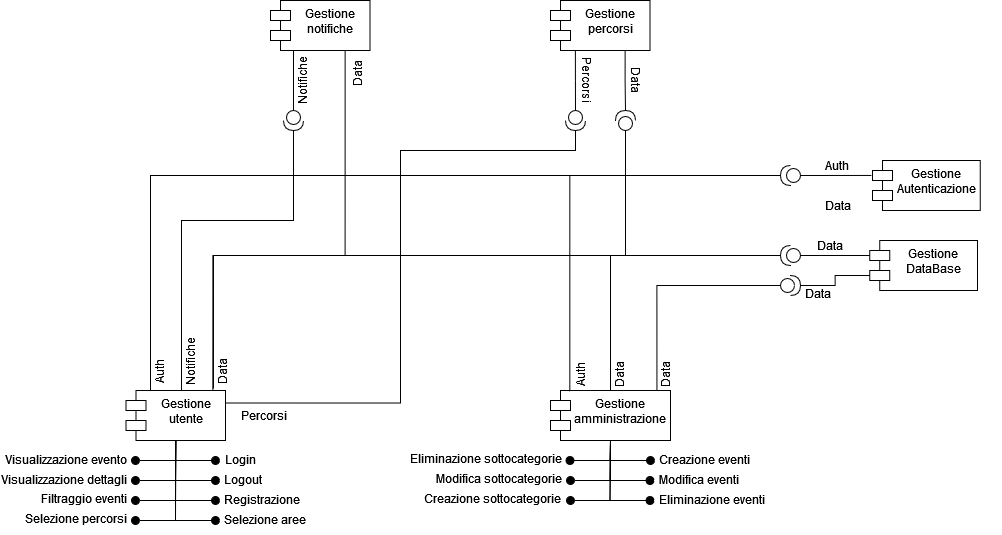
ELI20ZIVI/BeeLive keeps this draw.io diagram as Deliverable-2/Images/ComponentDiagram.png. Above is the earlier version. Source tidied: cells renumbered, new cells last; positions are measured from the earlier drawing's top-left corner, leaving out a move shared by most shapes.
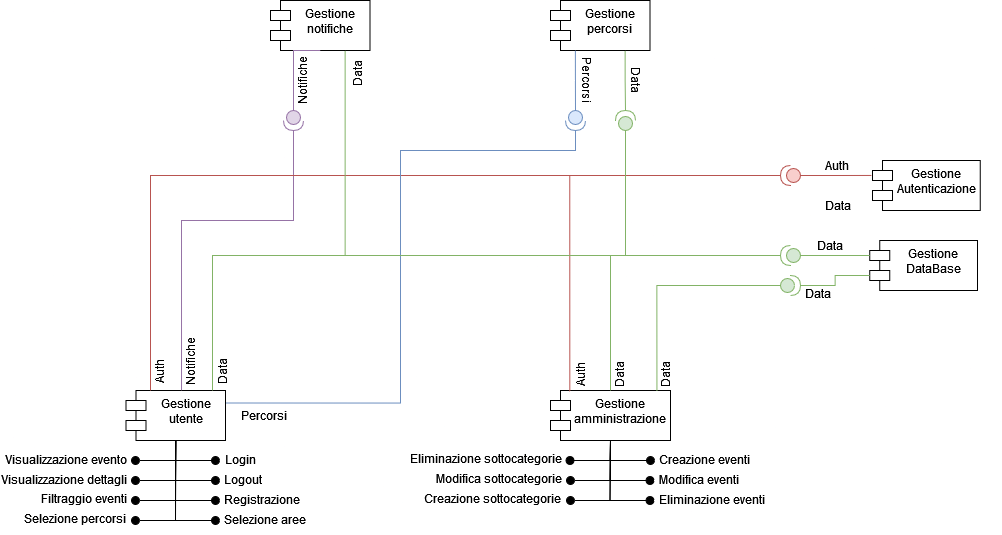
After the change.

The edit, as a diff of the source:
```diff
@@ -45,7 +45,7 @@
     <mxCell id="10" style="ellipse;whiteSpace=wrap;html=1;align=center;fillColor=none;strokeColor=none;perimeter=centerPerimeter;" parent="1" vertex="1">
       <mxGeometry x="991.8" y="180" width="10" height="10" as="geometry" />
     </mxCell>
-    <mxCell id="11" style="shape=providedRequiredInterface;html=1;verticalLabelPosition=bottom;sketch=0;rotation=-180;" parent="1" vertex="1">
+    <mxCell id="11" style="shape=providedRequiredInterface;html=1;verticalLabelPosition=bottom;sketch=0;rotation=-180;fillColor=#f8cecc;strokeColor=#b85450;" parent="1" vertex="1">
       <mxGeometry x="780" y="165" width="20" height="20" as="geometry" />
     </mxCell>
     <mxCell id="12" value="Auth" style="text;html=1;align=center;verticalAlign=middle;whiteSpace=wrap;rounded=0;rotation=-90;" parent="1" vertex="1">
@@ -205,17 +205,17 @@
     <mxCell id="44" value="Auth" style="text;html=1;align=center;verticalAlign=middle;whiteSpace=wrap;rounded=0;rotation=0;" parent="1" vertex="1">
       <mxGeometry x="807" y="150" width="60" height="30" as="geometry" />
     </mxCell>
-    <mxCell id="45" style="shape=providedRequiredInterface;html=1;verticalLabelPosition=bottom;sketch=0;rotation=90;" parent="1" vertex="1">
+    <mxCell id="45" style="shape=providedRequiredInterface;html=1;verticalLabelPosition=bottom;sketch=0;rotation=90;fillColor=#e1d5e7;strokeColor=#9673a6;" parent="1" vertex="1">
       <mxGeometry x="283" y="110" width="20" height="20" as="geometry" />
     </mxCell>
-    <mxCell id="46" style="edgeStyle=orthogonalEdgeStyle;rounded=0;jettySize=auto;html=1;exitX=0.5;exitY=1;exitDx=0;exitDy=0;entryX=0;entryY=0.5;entryDx=0;entryDy=0;entryPerimeter=0;endArrow=none;endFill=0;" parent="1" edge="1" source="28" target="45">
+    <mxCell id="46" style="edgeStyle=orthogonalEdgeStyle;rounded=0;jettySize=auto;html=1;exitX=0.5;exitY=1;exitDx=0;exitDy=0;entryX=0;entryY=0.5;entryDx=0;entryDy=0;entryPerimeter=0;endArrow=none;endFill=0;fillColor=#e1d5e7;strokeColor=#9673a6;" parent="1" edge="1" source="28" target="45">
       <mxGeometry relative="1" as="geometry">
         <Array as="points">
           <mxPoint x="293" y="50" />
         </Array>
       </mxGeometry>
     </mxCell>
-    <mxCell id="47" style="edgeStyle=orthogonalEdgeStyle;rounded=0;jettySize=auto;html=1;exitX=1;exitY=0.5;exitDx=0;exitDy=0;exitPerimeter=0;entryX=0.558;entryY=-0.003;entryDx=0;entryDy=0;entryPerimeter=0;endArrow=none;endFill=0;" parent="1" edge="1" source="45" target="2">
+    <mxCell id="47" style="edgeStyle=orthogonalEdgeStyle;rounded=0;jettySize=auto;html=1;exitX=1;exitY=0.5;exitDx=0;exitDy=0;exitPerimeter=0;entryX=0.558;entryY=-0.003;entryDx=0;entryDy=0;entryPerimeter=0;endArrow=none;endFill=0;fillColor=#e1d5e7;strokeColor=#9673a6;" parent="1" edge="1" source="45" target="2">
       <mxGeometry relative="1" as="geometry">
         <Array as="points">
           <mxPoint x="293" y="220" />
@@ -238,43 +238,40 @@
     <mxCell id="52" value="&lt;div&gt;Data&lt;/div&gt;" style="text;html=1;align=center;verticalAlign=middle;whiteSpace=wrap;rounded=0;" parent="1" vertex="1">
       <mxGeometry x="800" y="230" width="60" height="30" as="geometry" />
     </mxCell>
-    <mxCell id="53" style="edgeStyle=orthogonalEdgeStyle;rounded=0;jettySize=auto;html=1;exitX=1;exitY=0.5;exitDx=0;exitDy=0;exitPerimeter=0;entryX=0.5;entryY=0;entryDx=0;entryDy=0;endArrow=none;endFill=0;" parent="1" edge="1" source="54" target="25">
+    <mxCell id="53" style="edgeStyle=orthogonalEdgeStyle;rounded=0;jettySize=auto;html=1;exitX=1;exitY=0.5;exitDx=0;exitDy=0;exitPerimeter=0;entryX=0.5;entryY=0;entryDx=0;entryDy=0;endArrow=none;endFill=0;fillColor=#d5e8d4;strokeColor=#82b366;" parent="1" edge="1" source="54" target="25">
       <mxGeometry relative="1" as="geometry" />
     </mxCell>
-    <mxCell id="54" style="shape=providedRequiredInterface;html=1;verticalLabelPosition=bottom;sketch=0;rotation=-180;" parent="1" vertex="1">
+    <mxCell id="54" style="shape=providedRequiredInterface;html=1;verticalLabelPosition=bottom;sketch=0;rotation=-180;fillColor=#d5e8d4;strokeColor=#82b366;" parent="1" vertex="1">
       <mxGeometry x="780" y="245" width="20" height="20" as="geometry" />
     </mxCell>
-    <mxCell id="55" style="edgeStyle=orthogonalEdgeStyle;rounded=0;jettySize=auto;html=1;exitX=0;exitY=0.5;exitDx=0;exitDy=0;exitPerimeter=0;entryX=0;entryY=0;entryDx=0;entryDy=15;entryPerimeter=0;endArrow=none;endFill=0;" parent="1" edge="1" source="54" target="13">
+    <mxCell id="55" style="edgeStyle=orthogonalEdgeStyle;rounded=0;jettySize=auto;html=1;exitX=0;exitY=0.5;exitDx=0;exitDy=0;exitPerimeter=0;entryX=0;entryY=0;entryDx=0;entryDy=15;entryPerimeter=0;endArrow=none;endFill=0;fillColor=#d5e8d4;strokeColor=#82b366;" parent="1" edge="1" source="54" target="13">
       <mxGeometry relative="1" as="geometry" />
     </mxCell>
-    <mxCell id="56" style="edgeStyle=orthogonalEdgeStyle;rounded=0;jettySize=auto;html=1;exitX=0;exitY=0.5;exitDx=0;exitDy=0;exitPerimeter=0;entryX=-0.01;entryY=0.299;entryDx=0;entryDy=0;entryPerimeter=0;endArrow=none;endFill=0;" parent="1" edge="1" source="11" target="9">
+    <mxCell id="56" style="edgeStyle=orthogonalEdgeStyle;rounded=0;jettySize=auto;html=1;exitX=0;exitY=0.5;exitDx=0;exitDy=0;exitPerimeter=0;entryX=-0.01;entryY=0.299;entryDx=0;entryDy=0;entryPerimeter=0;endArrow=none;endFill=0;fillColor=#f8cecc;strokeColor=#b85450;" parent="1" edge="1" source="11" target="9">
       <mxGeometry relative="1" as="geometry" />
     </mxCell>
-    <mxCell id="57" style="edgeStyle=orthogonalEdgeStyle;rounded=0;jettySize=auto;html=1;exitX=1;exitY=0.5;exitDx=0;exitDy=0;exitPerimeter=0;entryX=0.183;entryY=0.2;entryDx=0;entryDy=0;entryPerimeter=0;endArrow=none;endFill=0;" parent="1" edge="1" source="11" target="12">
+    <mxCell id="57" style="edgeStyle=orthogonalEdgeStyle;rounded=0;jettySize=auto;html=1;exitX=1;exitY=0.5;exitDx=0;exitDy=0;exitPerimeter=0;entryX=0.183;entryY=0.2;entryDx=0;entryDy=0;entryPerimeter=0;endArrow=none;endFill=0;fillColor=#f8cecc;strokeColor=#b85450;" parent="1" edge="1" source="11" target="12">
       <mxGeometry relative="1" as="geometry" />
     </mxCell>
-    <mxCell id="58" style="edgeStyle=orthogonalEdgeStyle;rounded=0;jettySize=auto;html=1;exitX=1;exitY=0.5;exitDx=0;exitDy=0;exitPerimeter=0;entryX=0.879;entryY=-0.04;entryDx=0;entryDy=0;entryPerimeter=0;endArrow=none;endFill=0;" parent="1" edge="1" source="54" target="2">
-      <mxGeometry relative="1" as="geometry" />
-    </mxCell>
-    <mxCell id="59" style="edgeStyle=orthogonalEdgeStyle;rounded=0;jettySize=auto;html=1;exitX=0.75;exitY=1;exitDx=0;exitDy=0;entryX=1;entryY=0.5;entryDx=0;entryDy=0;entryPerimeter=0;endArrow=none;endFill=0;" parent="1" edge="1" source="28" target="54">
+    <mxCell id="59" style="edgeStyle=orthogonalEdgeStyle;rounded=0;jettySize=auto;html=1;exitX=0.75;exitY=1;exitDx=0;exitDy=0;entryX=1;entryY=0.5;entryDx=0;entryDy=0;entryPerimeter=0;endArrow=none;endFill=0;fillColor=#d5e8d4;strokeColor=#82b366;" parent="1" edge="1" source="28" target="54">
       <mxGeometry relative="1" as="geometry" />
     </mxCell>
-    <mxCell id="60" style="edgeStyle=orthogonalEdgeStyle;rounded=0;jettySize=auto;html=1;exitX=1;exitY=0.5;exitDx=0;exitDy=0;exitPerimeter=0;entryX=0.161;entryY=0.023;entryDx=0;entryDy=0;entryPerimeter=0;endArrow=none;endFill=0;" parent="1" edge="1" source="11" target="25">
+    <mxCell id="60" style="edgeStyle=orthogonalEdgeStyle;rounded=0;jettySize=auto;html=1;exitX=1;exitY=0.5;exitDx=0;exitDy=0;exitPerimeter=0;entryX=0.161;entryY=0.023;entryDx=0;entryDy=0;entryPerimeter=0;endArrow=none;endFill=0;fillColor=#f8cecc;strokeColor=#b85450;" parent="1" edge="1" source="11" target="25">
       <mxGeometry relative="1" as="geometry" />
     </mxCell>
-    <mxCell id="61" style="shape=providedRequiredInterface;html=1;verticalLabelPosition=bottom;sketch=0;rotation=0;" parent="1" vertex="1">
+    <mxCell id="61" style="shape=providedRequiredInterface;html=1;verticalLabelPosition=bottom;sketch=0;rotation=0;fillColor=#d5e8d4;strokeColor=#82b366;" parent="1" vertex="1">
       <mxGeometry x="780" y="275" width="20" height="20" as="geometry" />
     </mxCell>
-    <mxCell id="62" style="edgeStyle=orthogonalEdgeStyle;rounded=0;jettySize=auto;html=1;exitX=1;exitY=0.5;exitDx=0;exitDy=0;exitPerimeter=0;entryX=0;entryY=0;entryDx=0;entryDy=35;entryPerimeter=0;endArrow=none;endFill=0;" parent="1" edge="1" source="61" target="13">
+    <mxCell id="62" style="edgeStyle=orthogonalEdgeStyle;rounded=0;jettySize=auto;html=1;exitX=1;exitY=0.5;exitDx=0;exitDy=0;exitPerimeter=0;entryX=0;entryY=0;entryDx=0;entryDy=35;entryPerimeter=0;endArrow=none;endFill=0;fillColor=#d5e8d4;strokeColor=#82b366;" parent="1" edge="1" source="61" target="13">
       <mxGeometry relative="1" as="geometry" />
     </mxCell>
-    <mxCell id="63" style="edgeStyle=orthogonalEdgeStyle;rounded=0;jettySize=auto;html=1;exitX=0;exitY=0.5;exitDx=0;exitDy=0;exitPerimeter=0;entryX=0.887;entryY=0.016;entryDx=0;entryDy=0;entryPerimeter=0;endArrow=none;endFill=0;" parent="1" edge="1" source="61" target="25">
+    <mxCell id="63" style="edgeStyle=orthogonalEdgeStyle;rounded=0;jettySize=auto;html=1;exitX=0;exitY=0.5;exitDx=0;exitDy=0;exitPerimeter=0;entryX=0.887;entryY=0.016;entryDx=0;entryDy=0;entryPerimeter=0;endArrow=none;endFill=0;fillColor=#d5e8d4;strokeColor=#82b366;" parent="1" edge="1" source="61" target="25">
       <mxGeometry relative="1" as="geometry" />
     </mxCell>
     <mxCell id="64" value="Gestione percorsi" style="shape=module;align=left;spacingLeft=20;align=center;verticalAlign=top;whiteSpace=wrap;html=1;" parent="1" vertex="1">
       <mxGeometry x="550" width="99.5" height="50" as="geometry" />
     </mxCell>
-    <mxCell id="65" style="edgeStyle=orthogonalEdgeStyle;rounded=0;jettySize=auto;html=1;exitX=1;exitY=0.5;exitDx=0;exitDy=0;exitPerimeter=0;entryX=1;entryY=0.25;entryDx=0;entryDy=0;endArrow=none;endFill=0;" parent="1" edge="1" source="66" target="2">
+    <mxCell id="65" style="edgeStyle=orthogonalEdgeStyle;rounded=0;jettySize=auto;html=1;exitX=1;exitY=0.5;exitDx=0;exitDy=0;exitPerimeter=0;entryX=1;entryY=0.25;entryDx=0;entryDy=0;endArrow=none;endFill=0;fillColor=#dae8fc;strokeColor=#6c8ebf;" parent="1" edge="1" source="66" target="2">
       <mxGeometry relative="1" as="geometry">
         <Array as="points">
           <mxPoint x="575" y="150" />
@@ -283,10 +280,10 @@
         </Array>
       </mxGeometry>
     </mxCell>
-    <mxCell id="66" style="shape=providedRequiredInterface;html=1;verticalLabelPosition=bottom;sketch=0;rotation=90;" parent="1" vertex="1">
+    <mxCell id="66" style="shape=providedRequiredInterface;html=1;verticalLabelPosition=bottom;sketch=0;rotation=90;fillColor=#dae8fc;strokeColor=#6c8ebf;" parent="1" vertex="1">
       <mxGeometry x="565" y="110" width="20" height="20" as="geometry" />
     </mxCell>
-    <mxCell id="67" style="edgeStyle=orthogonalEdgeStyle;rounded=0;jettySize=auto;html=1;exitX=0.25;exitY=1;exitDx=0;exitDy=0;entryX=0;entryY=0.5;entryDx=0;entryDy=0;entryPerimeter=0;endArrow=none;endFill=0;" parent="1" edge="1" source="64" target="66">
+    <mxCell id="67" style="edgeStyle=orthogonalEdgeStyle;rounded=0;jettySize=auto;html=1;exitX=0.25;exitY=1;exitDx=0;exitDy=0;entryX=0;entryY=0.5;entryDx=0;entryDy=0;entryPerimeter=0;endArrow=none;endFill=0;fillColor=#dae8fc;strokeColor=#6c8ebf;" parent="1" edge="1" source="64" target="66">
       <mxGeometry relative="1" as="geometry" />
     </mxCell>
     <mxCell id="68" value="Eliminazione sottocategorie" style="text;html=1;align=center;verticalAlign=middle;whiteSpace=wrap;rounded=0;" parent="1" vertex="1">
@@ -295,17 +292,18 @@
     <mxCell id="69" value="Percorsi" style="text;html=1;align=center;verticalAlign=middle;whiteSpace=wrap;rounded=0;rotation=90;" parent="1" vertex="1">
       <mxGeometry x="553" y="65" width="68" height="30" as="geometry" />
     </mxCell>
-    <mxCell id="70" style="shape=providedRequiredInterface;html=1;verticalLabelPosition=bottom;sketch=0;rotation=-90;" parent="1" vertex="1">
+    <mxCell id="70" style="shape=providedRequiredInterface;html=1;verticalLabelPosition=bottom;sketch=0;rotation=-90;fillColor=#d5e8d4;strokeColor=#82b366;" parent="1" vertex="1">
       <mxGeometry x="615" y="110" width="20" height="20" as="geometry" />
     </mxCell>
-    <mxCell id="71" style="edgeStyle=orthogonalEdgeStyle;rounded=0;jettySize=auto;html=1;exitX=0.75;exitY=1;exitDx=0;exitDy=0;entryX=1;entryY=0.5;entryDx=0;entryDy=0;entryPerimeter=0;endArrow=none;endFill=0;" parent="1" edge="1" source="64" target="70">
+    <mxCell id="71" style="edgeStyle=orthogonalEdgeStyle;rounded=0;jettySize=auto;html=1;exitX=0.75;exitY=1;exitDx=0;exitDy=0;entryX=1;entryY=0.5;entryDx=0;entryDy=0;entryPerimeter=0;endArrow=none;endFill=0;fillColor=#d5e8d4;strokeColor=#82b366;" parent="1" edge="1" source="64" target="70">
       <mxGeometry relative="1" as="geometry" />
     </mxCell>
-    <mxCell id="72" style="edgeStyle=orthogonalEdgeStyle;rounded=0;jettySize=auto;html=1;exitX=0;exitY=0.5;exitDx=0;exitDy=0;exitPerimeter=0;entryX=0.873;entryY=0;entryDx=0;entryDy=0;entryPerimeter=0;endArrow=none;endFill=0;" parent="1" edge="1" source="70" target="2">
+    <mxCell id="72" style="edgeStyle=orthogonalEdgeStyle;rounded=0;jettySize=auto;html=1;exitX=0;exitY=0.5;exitDx=0;exitDy=0;exitPerimeter=0;entryX=0.873;entryY=0;entryDx=0;entryDy=0;entryPerimeter=0;endArrow=none;endFill=0;fillColor=#d5e8d4;strokeColor=#82b366;" parent="1" edge="1" source="70" target="2">
       <mxGeometry relative="1" as="geometry">
         <Array as="points">
           <mxPoint x="625" y="255" />
           <mxPoint x="212" y="255" />
+          <mxPoint x="212" y="390" />
         </Array>
       </mxGeometry>
     </mxCell>
```
